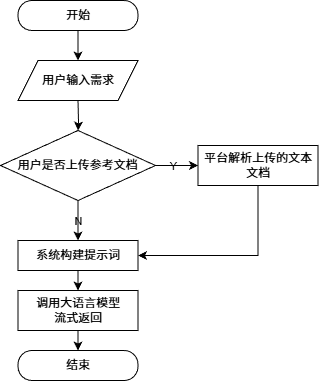
The draw.io diagram figures/drawio/AI大纲流程图.drawio.png in agiantii/appt-thesis, before a commit. Source tidied: cells renumbered, new cells last; positions are measured from the earlier drawing's top-left corner, leaving out a move shared by most shapes.
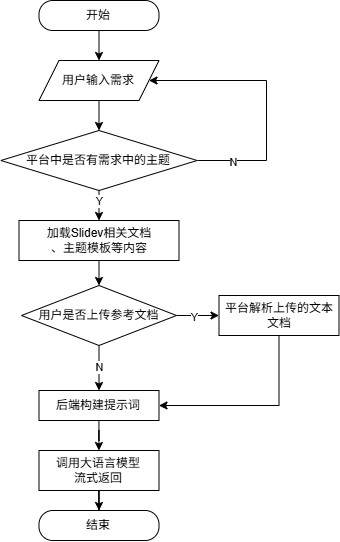
After the commit.

Diff of the diagram source:
```diff
@@ -2,63 +2,85 @@
   <root>
     <mxCell id="0" />
     <mxCell id="1" parent="0" />
-    <mxCell id="2" style="edgeStyle=orthogonalEdgeStyle;rounded=0;jettySize=auto;html=1;" parent="1" edge="1" source="3">
-      <mxGeometry relative="1" as="geometry">
-        <mxPoint x="77.5" y="60" as="targetPoint" />
-      </mxGeometry>
-    </mxCell>
-    <mxCell id="3" value="开始" style="rounded=1;whiteSpace=wrap;html=1;arcSize=46;" parent="1" vertex="1">
-      <mxGeometry x="17.5" width="120" height="30" as="geometry" />
-    </mxCell>
-    <mxCell id="4" style="edgeStyle=orthogonalEdgeStyle;rounded=0;jettySize=auto;html=1;" parent="1" edge="1" target="9">
-      <mxGeometry relative="1" as="geometry">
-        <mxPoint x="77.5" y="100" as="sourcePoint" />
-      </mxGeometry>
-    </mxCell>
+    <mxCell id="17" value="开始" style="rounded=1;whiteSpace=wrap;html=1;arcSize=46;" parent="1" vertex="1">
+      <mxGeometry x="17.5" y="-150" width="120" height="30" as="geometry" />
+    </mxCell>
     <mxCell id="5" style="edgeStyle=orthogonalEdgeStyle;rounded=0;jettySize=auto;html=1;" parent="1" edge="1" source="9" target="10">
       <mxGeometry relative="1" as="geometry" />
     </mxCell>
-    <mxCell id="6" value="Y" style="edgeLabel;html=1;align=center;verticalAlign=middle;labelBackgroundColor=none;" parent="5" vertex="1">
-      <mxGeometry x="-0.16" y="-1" relative="1" as="geometry" />
-    </mxCell>
-    <mxCell id="7" style="edgeStyle=orthogonalEdgeStyle;rounded=0;jettySize=auto;html=1;" parent="1" edge="1" source="9" target="12">
-      <mxGeometry relative="1" as="geometry" />
-    </mxCell>
-    <mxCell id="8" value="N" style="edgeLabel;html=1;align=center;verticalAlign=middle;labelBackgroundColor=none;" parent="7" vertex="1">
-      <mxGeometry x="-0.14" y="3" relative="1" as="geometry">
-        <mxPoint x="-3" y="3" as="offset" />
-      </mxGeometry>
-    </mxCell>
+    <mxCell id="18" value="Y" style="edgeLabel;html=1;align=center;verticalAlign=middle;" parent="5" vertex="1">
+      <mxGeometry x="-0.16" y="-1" relative="1" as="geometry" />
+    </mxCell>
+    <mxCell id="19" style="edgeStyle=orthogonalEdgeStyle;rounded=0;jettySize=auto;html=1;" parent="1" edge="1" source="9" target="22">
+      <mxGeometry relative="1" as="geometry" />
+    </mxCell>
+    <mxCell id="20" value="N" style="edgeLabel;html=1;align=center;verticalAlign=middle;" parent="19" vertex="1">
+      <mxGeometry x="-0.14" y="3" relative="1" as="geometry">
+        <mxPoint x="-3" y="3" as="offset" />
+      </mxGeometry>
+    </mxCell>
     <mxCell id="9" value="用户是否上传参考文档" style="rhombus;whiteSpace=wrap;html=1;rounded=1;arcSize=0;" parent="1" vertex="1">
-      <mxGeometry y="130" width="155" height="70" as="geometry" />
+      <mxGeometry y="135" width="155" height="60" as="geometry" />
     </mxCell>
     <mxCell id="10" value="平台解析上传的文本文档" style="whiteSpace=wrap;html=1;rounded=1;arcSize=0;" parent="1" vertex="1">
       <mxGeometry x="197.5" y="145" width="120" height="40" as="geometry" />
     </mxCell>
-    <mxCell id="11" style="edgeStyle=orthogonalEdgeStyle;rounded=0;jettySize=auto;html=1;" parent="1" edge="1" source="12" target="15">
-      <mxGeometry relative="1" as="geometry" />
-    </mxCell>
-    <mxCell id="12" value="系统构建提示词" style="whiteSpace=wrap;html=1;rounded=1;arcSize=0;" parent="1" vertex="1">
-      <mxGeometry x="17.5" y="240" width="120" height="30" as="geometry" />
-    </mxCell>
-    <mxCell id="13" style="endArrow=classic;html=1;rounded=0;exitX=0.5;exitY=1;exitDx=0;exitDy=0;entryX=1;entryY=0.5;entryDx=0;entryDy=0;" parent="1" edge="1" source="10" target="12">
-      <mxGeometry relative="1" as="geometry">
-        <Array as="points">
-          <mxPoint x="257.5" y="255" />
-        </Array>
-      </mxGeometry>
-    </mxCell>
+    <mxCell id="21" style="edgeStyle=orthogonalEdgeStyle;rounded=0;jettySize=auto;html=1;" parent="1" edge="1" source="22" target="15">
+      <mxGeometry relative="1" as="geometry" />
+    </mxCell>
+    <mxCell id="22" value="后端构建提示词" style="whiteSpace=wrap;html=1;rounded=1;arcSize=0;" parent="1" vertex="1">
+      <mxGeometry x="17.5" y="240" width="120" height="30" as="geometry" />
+    </mxCell>
+    <mxCell id="23" style="endArrow=classic;html=1;rounded=0;exitX=0.5;exitY=1;exitDx=0;exitDy=0;entryX=1;entryY=0.5;entryDx=0;entryDy=0;" parent="1" edge="1" source="10" target="22">
+      <mxGeometry relative="1" as="geometry">
+        <Array as="points">
+          <mxPoint x="257.5" y="255" />
+        </Array>
+      </mxGeometry>
+    </mxCell>
     <mxCell id="14" style="edgeStyle=orthogonalEdgeStyle;rounded=0;jettySize=auto;html=1;entryX=0.5;entryY=0;entryDx=0;entryDy=0;" parent="1" edge="1" source="15" target="16">
       <mxGeometry relative="1" as="geometry" />
     </mxCell>
-    <mxCell id="15" value="调用大语言模型&lt;div&gt;流式返回&lt;/div&gt;" style="whiteSpace=wrap;html=1;rounded=1;arcSize=0;" parent="1" vertex="1">
-      <mxGeometry x="17.5" y="290" width="120" height="40" as="geometry" />
+    <mxCell id="15" value="调用大语言模型&lt;br&gt;流式返回" style="whiteSpace=wrap;html=1;rounded=1;arcSize=0;" parent="1" vertex="1">
+      <mxGeometry x="17.5" y="300" width="120" height="40" as="geometry" />
     </mxCell>
     <mxCell id="16" value="结束" style="rounded=1;whiteSpace=wrap;html=1;arcSize=46;" parent="1" vertex="1">
-      <mxGeometry x="17.5" y="350" width="120" height="30" as="geometry" />
+      <mxGeometry x="17.5" y="360" width="120" height="30" as="geometry" />
     </mxCell>
-    <mxCell id="17" value="&lt;span style=&quot;color: rgb(0, 0, 0);&quot;&gt;用户输入需求&lt;/span&gt;" style="shape=parallelogram;perimeter=parallelogramPerimeter;whiteSpace=wrap;html=1;fixedSize=1;" parent="1" vertex="1">
-      <mxGeometry x="17.5" y="60" width="120" height="40" as="geometry" />
-    </mxCell>
+    <mxCell id="24" style="edgeStyle=none;html=1;" parent="1" edge="1" source="25" target="33">
+      <mxGeometry relative="1" as="geometry" />
+    </mxCell>
+    <mxCell id="25" value="&lt;span style=&quot;color: rgb(0, 0, 0);&quot;&gt;用户输入需求&lt;/span&gt;" style="shape=parallelogram;perimeter=parallelogramPerimeter;whiteSpace=wrap;html=1;fixedSize=1;" parent="1" vertex="1">
+      <mxGeometry x="17.5" y="-90" width="120" height="40" as="geometry" />
+    </mxCell>
+    <mxCell id="26" style="edgeStyle=none;html=1;" parent="1" edge="1" source="27" target="9">
+      <mxGeometry relative="1" as="geometry" />
+    </mxCell>
+    <mxCell id="27" value="加载Slidev相关文档&lt;br&gt;、主题模板等内容" style="whiteSpace=wrap;html=1;rounded=1;arcSize=0;" parent="1" vertex="1">
+      <mxGeometry x="-2.5" y="70" width="160" height="40" as="geometry" />
+    </mxCell>
+    <mxCell id="28" style="edgeStyle=none;html=1;entryX=0.5;entryY=0;entryDx=0;entryDy=0;" parent="1" edge="1" source="17" target="25">
+      <mxGeometry relative="1" as="geometry" />
+    </mxCell>
+    <mxCell id="29" style="edgeStyle=none;html=1;" parent="1" edge="1" source="33" target="27">
+      <mxGeometry relative="1" as="geometry" />
+    </mxCell>
+    <mxCell id="30" value="Y" style="edgeLabel;html=1;align=center;verticalAlign=middle;" parent="29" vertex="1">
+      <mxGeometry x="-0.31" relative="1" as="geometry" />
+    </mxCell>
+    <mxCell id="31" style="edgeStyle=none;html=1;entryX=1;entryY=0.5;entryDx=0;entryDy=0;rounded=0;curved=0;" parent="1" edge="1" source="33" target="25">
+      <mxGeometry relative="1" as="geometry">
+        <Array as="points">
+          <mxPoint x="245" y="10" />
+          <mxPoint x="245" y="-70" />
+        </Array>
+      </mxGeometry>
+    </mxCell>
+    <mxCell id="32" value="N" style="edgeLabel;html=1;align=center;verticalAlign=middle;" parent="31" vertex="1">
+      <mxGeometry x="-0.73" y="-1" relative="1" as="geometry" />
+    </mxCell>
+    <mxCell id="33" value="平台中是否有需求中的主题" style="rhombus;whiteSpace=wrap;html=1;rounded=1;arcSize=0;" parent="1" vertex="1">
+      <mxGeometry x="-20.6" y="-20" width="196.2" height="60" as="geometry" />
+    </mxCell>
   </root>
 </mxGraphModel>
```
